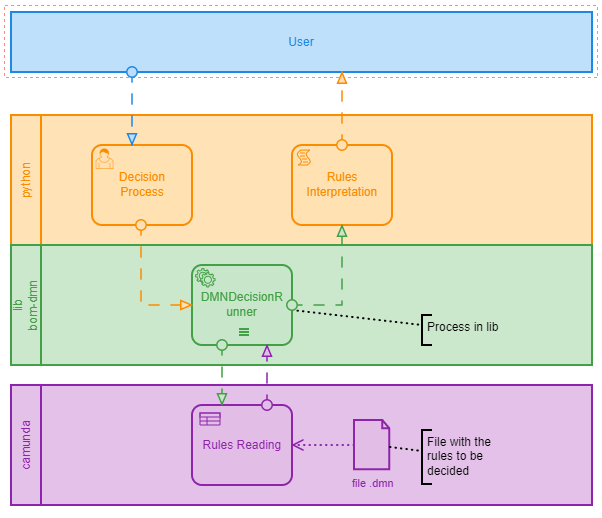
Before: process.PNG, a diagram exported from BPMN (GiovaniPM/DMNTests). Its source is kept beside it as process.bpmn. Ids are renumbered.
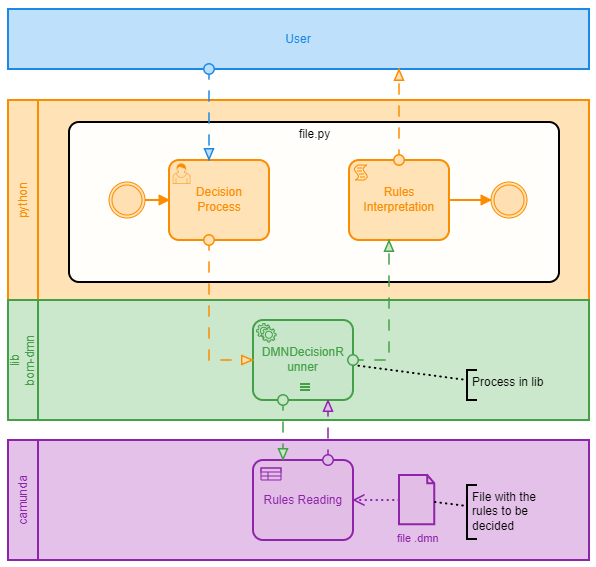
After the change.

Commit message:
giova(DESKTOP-PG18CKU) 210109221317

Change to the diagram source:
```diff
@@ -12,10 +12,26 @@
     <bpmn:messageFlow id="Flow_n19" sourceRef="Activity_n18" targetRef="Activity_n15" />
   </bpmn:collaboration>
   <bpmn:process id="Process_n4" isExecutable="true">
-    <bpmn:scriptTask id="Activity_n13" name="Rules Interpretation" />
-    <bpmn:userTask id="Activity_n11" name="Decision Process" />
+    <bpmn:subProcess id="Activity_n28" name="file.py">
+      <bpmn:userTask id="Activity_n11" name="Decision Process">
+        <bpmn:incoming>Flow_n29</bpmn:incoming>
+      </bpmn:userTask>
+      <bpmn:scriptTask id="Activity_n13" name="Rules Interpretation">
+        <bpmn:outgoing>Flow_n30</bpmn:outgoing>
+      </bpmn:scriptTask>
+      <bpmn:sequenceFlow id="Flow_n29" sourceRef="Event_n31" targetRef="Activity_n11" />
+      <bpmn:sequenceFlow id="Flow_n30" sourceRef="Activity_n13" targetRef="Event_n32" />
+      <bpmn:intermediateThrowEvent id="Event_n31">
+        <bpmn:outgoing>Flow_n29</bpmn:outgoing>
+      </bpmn:intermediateThrowEvent>
+      <bpmn:intermediateThrowEvent id="Event_n32">
+        <bpmn:incoming>Flow_n30</bpmn:incoming>
+      </bpmn:intermediateThrowEvent>
+    </bpmn:subProcess>
   </bpmn:process>
   <bpmn:process id="Process_n6" isExecutable="false">
+    <bpmn:dataObjectReference id="DataObjectReference_n22" name="file .dmn" dataObjectRef="DataObject_n23" />
+    <bpmn:dataObject id="DataObject_n23" />
     <bpmn:businessRuleTask id="Activity_n18" name="Rules Reading" camunda:decisionRef="">
       <bpmn:property id="Property_n20" name="__targetRef_placeholder" />
       <bpmn:dataInputAssociation id="DataInputAssociation_n21">
@@ -23,8 +39,6 @@
         <bpmn:targetRef>Property_n20</bpmn:targetRef>
       </bpmn:dataInputAssociation>
     </bpmn:businessRuleTask>
-    <bpmn:dataObjectReference id="DataObjectReference_n22" name="file .dmn" dataObjectRef="DataObject_n23" />
-    <bpmn:dataObject id="DataObject_n23" />
     <bpmn:textAnnotation id="TextAnnotation_n24">
       <bpmn:text>File with the rules to be decided</bpmn:text>
     </bpmn:textAnnotation>
@@ -42,78 +56,95 @@
   <bpmndi:BPMNDiagram id="BPMNDiagram_1">
     <bpmndi:BPMNPlane id="BPMNPlane_1" bpmnElement="Collaboration_n2">
       <bpmndi:BPMNShape id="Participant_n3_di" bpmnElement="Participant_n3" isHorizontal="true" bioc:stroke="rgb(251, 140, 0)" bioc:fill="rgb(255, 224, 178)">
-        <dc:Bounds x="129" y="170" width="581" height="130" />
+        <dc:Bounds x="129" y="210" width="581" height="200" />
+      </bpmndi:BPMNShape>
+      <bpmndi:BPMNShape id="Activity_n28_di" bpmnElement="Activity_n28" isExpanded="true">
+        <dc:Bounds x="190" y="232" width="490" height="160" />
+      </bpmndi:BPMNShape>
+      <bpmndi:BPMNEdge id="Flow_n29_di" bpmnElement="Flow_n29" bioc:stroke="rgb(251, 140, 0)" bioc:fill="rgb(255, 224, 178)">
+        <di:waypoint x="266" y="310" />
+        <di:waypoint x="290" y="310" />
+      </bpmndi:BPMNEdge>
+      <bpmndi:BPMNEdge id="Flow_n30_di" bpmnElement="Flow_n30" bioc:stroke="rgb(251, 140, 0)" bioc:fill="rgb(255, 224, 178)">
+        <di:waypoint x="570" y="310" />
+        <di:waypoint x="612" y="310" />
+      </bpmndi:BPMNEdge>
+      <bpmndi:BPMNShape id="Activity_0i2wk5i_di" bpmnElement="Activity_n11" bioc:stroke="rgb(251, 140, 0)" bioc:fill="rgb(255, 224, 178)">
+        <dc:Bounds x="290" y="270" width="100" height="80" />
       </bpmndi:BPMNShape>
       <bpmndi:BPMNShape id="Activity_0eeanee_di" bpmnElement="Activity_n13" bioc:stroke="rgb(251, 140, 0)" bioc:fill="rgb(255, 224, 178)">
-        <dc:Bounds x="410" y="200" width="100" height="80" />
+        <dc:Bounds x="470" y="270" width="100" height="80" />
       </bpmndi:BPMNShape>
-      <bpmndi:BPMNShape id="Activity_0i2wk5i_di" bpmnElement="Activity_n11" bioc:stroke="rgb(251, 140, 0)" bioc:fill="rgb(255, 224, 178)">
-        <dc:Bounds x="210" y="200" width="100" height="80" />
+      <bpmndi:BPMNShape id="Event_09a9pzv_di" bpmnElement="Event_n31" bioc:stroke="rgb(251, 140, 0)" bioc:fill="rgb(255, 224, 178)">
+        <dc:Bounds x="230" y="292" width="36" height="36" />
       </bpmndi:BPMNShape>
+      <bpmndi:BPMNShape id="Event_12lzbfc_di" bpmnElement="Event_n32" bioc:stroke="rgb(251, 140, 0)" bioc:fill="rgb(255, 224, 178)">
+        <dc:Bounds x="612" y="292" width="36" height="36" />
+      </bpmndi:BPMNShape>
+      <bpmndi:BPMNShape id="Participant_n5_di" bpmnElement="Participant_n5" isHorizontal="true" bioc:stroke="rgb(142, 36, 170)" bioc:fill="rgb(225, 190, 231)">
+        <dc:Bounds x="129" y="550" width="581" height="120" />
+      </bpmndi:BPMNShape>
+      <bpmndi:BPMNShape id="TextAnnotation_n24_di" bpmnElement="TextAnnotation_n24">
+        <dc:Bounds x="588" y="595" width="100" height="54" />
+      </bpmndi:BPMNShape>
+      <bpmndi:BPMNShape id="DataObjectReference_n22_di" bpmnElement="DataObjectReference_n22" bioc:stroke="rgb(142, 36, 170)" bioc:fill="rgb(225, 190, 231)">
+        <dc:Bounds x="520" y="585" width="36" height="50" />
+        <bpmndi:BPMNLabel>
+          <dc:Bounds x="518" y="642" width="41" height="14" />
+        </bpmndi:BPMNLabel>
+      </bpmndi:BPMNShape>
+      <bpmndi:BPMNShape id="Activity_1vzoebg_di" bpmnElement="Activity_n18" bioc:stroke="rgb(142, 36, 170)" bioc:fill="rgb(225, 190, 231)">
+        <dc:Bounds x="374" y="570" width="100" height="80" />
+      </bpmndi:BPMNShape>
+      <bpmndi:BPMNEdge id="Association_n25_di" bpmnElement="Association_n25">
+        <di:waypoint x="556" y="612" />
+        <di:waypoint x="588" y="616" />
+      </bpmndi:BPMNEdge>
       <bpmndi:BPMNShape id="Participant_n7_di" bpmnElement="Participant_n7" isHorizontal="true" bioc:stroke="rgb(67, 160, 71)" bioc:fill="rgb(200, 230, 201)">
-        <dc:Bounds x="129" y="300" width="581" height="120" />
+        <dc:Bounds x="129" y="410" width="581" height="120" />
       </bpmndi:BPMNShape>
       <bpmndi:BPMNShape id="TextAnnotation_n26_di" bpmnElement="TextAnnotation_n26">
-        <dc:Bounds x="540" y="370" width="100" height="30" />
+        <dc:Bounds x="588" y="480" width="100" height="30" />
       </bpmndi:BPMNShape>
       <bpmndi:BPMNShape id="Activity_1cxzxe9_di" bpmnElement="Activity_n15" bioc:stroke="rgb(67, 160, 71)" bioc:fill="rgb(200, 230, 201)">
-        <dc:Bounds x="310" y="320" width="100" height="80" />
+        <dc:Bounds x="374" y="430" width="100" height="80" />
       </bpmndi:BPMNShape>
       <bpmndi:BPMNEdge id="Association_n27_di" bpmnElement="Association_n27">
-        <di:waypoint x="410" y="365" />
-        <di:waypoint x="540" y="380" />
-      </bpmndi:BPMNEdge>
-      <bpmndi:BPMNShape id="Participant_n5_di" bpmnElement="Participant_n5" isHorizontal="true" bioc:stroke="rgb(142, 36, 170)" bioc:fill="rgb(225, 190, 231)">
-        <dc:Bounds x="129" y="440" width="581" height="120" />
-      </bpmndi:BPMNShape>
-      <bpmndi:BPMNShape id="TextAnnotation_n24_di" bpmnElement="TextAnnotation_n24">
-        <dc:Bounds x="540" y="485" width="100" height="54" />
-      </bpmndi:BPMNShape>
-      <bpmndi:BPMNShape id="Activity_1vzoebg_di" bpmnElement="Activity_n18" bioc:stroke="rgb(142, 36, 170)" bioc:fill="rgb(225, 190, 231)">
-        <dc:Bounds x="310" y="460" width="100" height="80" />
-      </bpmndi:BPMNShape>
-      <bpmndi:BPMNShape id="DataObjectReference_n22_di" bpmnElement="DataObjectReference_n22" bioc:stroke="rgb(142, 36, 170)" bioc:fill="rgb(225, 190, 231)">
-        <dc:Bounds x="472" y="475" width="36" height="50" />
-        <bpmndi:BPMNLabel>
-          <dc:Bounds x="470" y="532" width="41" height="14" />
-        </bpmndi:BPMNLabel>
-      </bpmndi:BPMNShape>
-      <bpmndi:BPMNEdge id="Association_n25_di" bpmnElement="Association_n25">
-        <di:waypoint x="508" y="502" />
-        <di:waypoint x="540" y="506" />
+        <di:waypoint x="474" y="475" />
+        <di:waypoint x="588" y="490" />
       </bpmndi:BPMNEdge>
       <bpmndi:BPMNShape id="Participant_01dvwfa_di" bpmnElement="Participant_n9" isHorizontal="true" bioc:stroke="rgb(30, 136, 229)" bioc:fill="rgb(187, 222, 251)">
-        <dc:Bounds x="129" y="67" width="581" height="60" />
+        <dc:Bounds x="129" y="119" width="581" height="60" />
       </bpmndi:BPMNShape>
       <bpmndi:BPMNEdge id="Flow_n10_di" bpmnElement="Flow_n10" bioc:stroke="rgb(30, 136, 229)" bioc:fill="rgb(187, 222, 251)">
-        <di:waypoint x="250" y="127" />
-        <di:waypoint x="250" y="200" />
+        <di:waypoint x="330" y="179" />
+        <di:waypoint x="330" y="270" />
+      </bpmndi:BPMNEdge>
+      <bpmndi:BPMNEdge id="Flow_n14_di" bpmnElement="Flow_n14" bioc:stroke="rgb(251, 140, 0)" bioc:fill="rgb(255, 224, 178)">
+        <di:waypoint x="330" y="350" />
+        <di:waypoint x="330" y="470" />
+        <di:waypoint x="374" y="470" />
+      </bpmndi:BPMNEdge>
+      <bpmndi:BPMNEdge id="Flow_n16_di" bpmnElement="Flow_n16" bioc:stroke="rgb(67, 160, 71)" bioc:fill="rgb(200, 230, 201)">
+        <di:waypoint x="474" y="470" />
+        <di:waypoint x="510" y="470" />
+        <di:waypoint x="510" y="350" />
       </bpmndi:BPMNEdge>
       <bpmndi:BPMNEdge id="Flow_n12_di" bpmnElement="Flow_n12" bioc:stroke="rgb(251, 140, 0)" bioc:fill="rgb(255, 224, 178)">
-        <di:waypoint x="460" y="200" />
-        <di:waypoint x="460" y="127" />
+        <di:waypoint x="520" y="270" />
+        <di:waypoint x="520" y="179" />
       </bpmndi:BPMNEdge>
-      <bpmndi:BPMNEdge id="Flow_n14_di" bpmnElement="Flow_n14" bioc:stroke="rgb(251, 140, 0)" bioc:fill="rgb(255, 224, 178)">
-        <di:waypoint x="259" y="280" />
-        <di:waypoint x="259" y="360" />
-        <di:waypoint x="310" y="360" />
-      </bpmndi:BPMNEdge>
-      <bpmndi:BPMNEdge id="Flow_n16_di" bpmnElement="Flow_n16" bioc:stroke="rgb(67, 160, 71)" bioc:fill="rgb(200, 230, 201)">
-        <di:waypoint x="410" y="360" />
-        <di:waypoint x="460" y="360" />
-        <di:waypoint x="460" y="280" />
+      <bpmndi:BPMNEdge id="DataInputAssociation_n21_di" bpmnElement="DataInputAssociation_n21" bioc:stroke="rgb(142, 36, 170)" bioc:fill="rgb(225, 190, 231)">
+        <di:waypoint x="520" y="610" />
+        <di:waypoint x="474" y="610" />
       </bpmndi:BPMNEdge>
       <bpmndi:BPMNEdge id="Flow_n17_di" bpmnElement="Flow_n17" bioc:stroke="rgb(67, 160, 71)" bioc:fill="rgb(200, 230, 201)">
-        <di:waypoint x="340" y="400" />
-        <di:waypoint x="340" y="460" />
+        <di:waypoint x="404" y="510" />
+        <di:waypoint x="404" y="570" />
       </bpmndi:BPMNEdge>
       <bpmndi:BPMNEdge id="Flow_n19_di" bpmnElement="Flow_n19" bioc:stroke="rgb(142, 36, 170)" bioc:fill="rgb(225, 190, 231)">
-        <di:waypoint x="385" y="460" />
-        <di:waypoint x="385" y="400" />
-      </bpmndi:BPMNEdge>
-      <bpmndi:BPMNEdge id="DataInputAssociation_n21_di" bpmnElement="DataInputAssociation_n21" bioc:stroke="rgb(142, 36, 170)" bioc:fill="rgb(225, 190, 231)">
-        <di:waypoint x="472" y="500" />
-        <di:waypoint x="410" y="500" />
+        <di:waypoint x="449" y="570" />
+        <di:waypoint x="449" y="510" />
       </bpmndi:BPMNEdge>
     </bpmndi:BPMNPlane>
   </bpmndi:BPMNDiagram>
```
